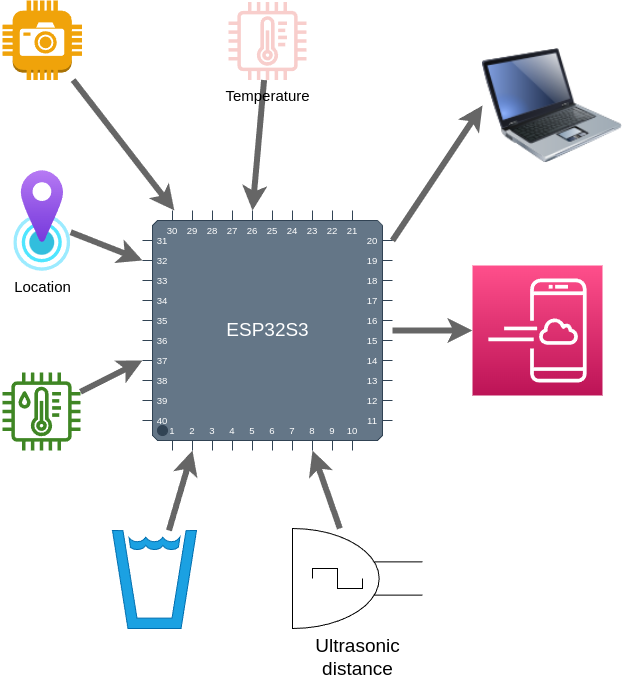
Before: workflow.png, a diagram exported from draw.io (partha235/fish_monitor). Source tidied: cells renumbered, new cells last; positions are measured from the earlier drawing's top-left corner, leaving out a move shared by most shapes. Its diagram source:
```xml
<mxGraphModel>
  <root>
    <mxCell id="0" />
    <mxCell id="1" parent="0" />
    <mxCell id="2" style="edgeStyle=none;html=1;entryX=0;entryY=0.5;entryDx=0;entryDy=0;entryPerimeter=0;strokeWidth=6;fontSize=19;fillColor=#f5f5f5;strokeColor=#666666;" parent="1" edge="1" source="4" target="16">
      <mxGeometry relative="1" as="geometry" />
    </mxCell>
    <mxCell id="3" style="edgeStyle=none;html=1;exitX=1;exitY=0;exitDx=0;exitDy=30;exitPerimeter=0;entryX=0;entryY=0.5;entryDx=0;entryDy=0;strokeWidth=6;fontSize=19;fillColor=#f5f5f5;strokeColor=#666666;" parent="1" edge="1" source="4" target="20">
      <mxGeometry relative="1" as="geometry" />
    </mxCell>
    <mxCell id="4" value="&lt;font style=&quot;font-size: 19px;&quot;&gt;ESP32S3&lt;/font&gt;" style="shadow=0;dashed=0;align=center;html=1;strokeWidth=1;shape=mxgraph.electrical.logic_gates.qfp_ic;labelNames=a,b,c,d,e,f,g,h,i,j,k,l,m,n,o,p,q,r,s,t,u,v,w,x,y,z,a1,b1,c1,d1,e1,f1,g1,h1,i1,j1,k1,l1,m1,n1;fillColor=#647687;fontColor=#ffffff;strokeColor=#314354;" parent="1" vertex="1">
      <mxGeometry x="140" y="210" width="250" height="240" as="geometry" />
    </mxCell>
    <mxCell id="5" style="edgeStyle=none;html=1;fontSize=19;strokeWidth=6;fillColor=#f5f5f5;strokeColor=#666666;" parent="1" edge="1" source="6" target="4">
      <mxGeometry relative="1" as="geometry" />
    </mxCell>
    <mxCell id="6" value="&lt;font color=&quot;#ffffff&quot;&gt;Camera&lt;/font&gt;" style="outlineConnect=0;dashed=0;verticalLabelPosition=bottom;verticalAlign=top;align=center;html=1;shape=mxgraph.aws3.camera;fillColor=#f0a30a;fontSize=19;fontColor=#000000;strokeColor=#BD7000;" parent="1" vertex="1">
      <mxGeometry width="79.5" height="79.5" as="geometry" />
    </mxCell>
    <mxCell id="7" style="edgeStyle=none;html=1;entryX=0;entryY=0;entryDx=0;entryDy=50;entryPerimeter=0;strokeWidth=6;fontSize=19;fillColor=#f5f5f5;strokeColor=#666666;" parent="1" edge="1" source="8" target="4">
      <mxGeometry relative="1" as="geometry" />
    </mxCell>
    <mxCell id="8" value="&lt;font style=&quot;font-size: 15px;&quot;&gt;Location&lt;/font&gt;" style="html=1;points=[];align=center;image;fontSize=12;image=img/lib/azure2/general/Location.svg;" parent="1" vertex="1">
      <mxGeometry x="11.3" y="170" width="56.9" height="101" as="geometry" />
    </mxCell>
    <mxCell id="9" style="edgeStyle=none;html=1;entryX=0;entryY=0;entryDx=0;entryDy=150;entryPerimeter=0;strokeWidth=6;fontSize=19;fillColor=#f5f5f5;strokeColor=#666666;" parent="1" edge="1" source="10" target="4">
      <mxGeometry relative="1" as="geometry" />
    </mxCell>
    <mxCell id="10" value="&lt;font style=&quot;font-size: 14px;&quot; color=&quot;#ffffff&quot;&gt;Temperature&amp;nbsp;&lt;br&gt;Humidity&amp;nbsp;&lt;/font&gt;" style="sketch=0;outlineConnect=0;fontColor=#232F3E;gradientColor=none;fillColor=#3F8624;strokeColor=none;dashed=0;verticalLabelPosition=bottom;verticalAlign=top;align=center;html=1;fontSize=12;fontStyle=0;shape=mxgraph.aws4.iot_thing_temperature_humidity_sensor;" parent="1" vertex="1">
      <mxGeometry y="372" width="78" height="78" as="geometry" />
    </mxCell>
    <mxCell id="11" style="group;" parent="1" vertex="1">
      <mxGeometry x="290" y="528" width="130" height="100" as="geometry" />
    </mxCell>
    <mxCell id="12" value="Ultrasonic&lt;br&gt;distance" style="verticalLabelPosition=bottom;shadow=0;dashed=0;align=center;html=1;verticalAlign=top;shape=mxgraph.electrical.electro-mechanical.buzzer;fontSize=19;" parent="11" vertex="1">
      <mxGeometry width="130" height="100" as="geometry" />
    </mxCell>
    <mxCell id="13" style="verticalLabelPosition=bottom;shadow=0;dashed=0;align=center;html=1;verticalAlign=top;shape=mxgraph.electrical.waveforms.square_wave;fontSize=19;" parent="11" vertex="1">
      <mxGeometry x="20" y="40" width="50" height="20" as="geometry" />
    </mxCell>
    <mxCell id="14" style="edgeStyle=none;html=1;entryX=0;entryY=1;entryDx=50;entryDy=0;entryPerimeter=0;strokeWidth=6;fontSize=19;fillColor=#f5f5f5;strokeColor=#666666;" parent="1" edge="1" source="15" target="4">
      <mxGeometry relative="1" as="geometry" />
    </mxCell>
    <mxCell id="15" value="Water &lt;br&gt;Quality" style="shape=mxgraph.signs.food.drinking_water_1;html=1;fillColor=#1ba1e2;strokeColor=#006EAF;verticalLabelPosition=bottom;verticalAlign=top;align=center;fontSize=19;fontColor=#ffffff;" parent="1" vertex="1">
      <mxGeometry x="110" y="530" width="84" height="98" as="geometry" />
    </mxCell>
    <mxCell id="16" value="&lt;font color=&quot;#ffffff&quot; style=&quot;font-size: 17px;&quot;&gt;Mobile&amp;nbsp;&lt;br&gt;Cloud Web&lt;/font&gt;" style="sketch=0;points=[[0,0,0],[0.25,0,0],[0.5,0,0],[0.75,0,0],[1,0,0],[0,1,0],[0.25,1,0],[0.5,1,0],[0.75,1,0],[1,1,0],[0,0.25,0],[0,0.5,0],[0,0.75,0],[1,0.25,0],[1,0.5,0],[1,0.75,0]];outlineConnect=0;fontColor=#232F3E;gradientColor=#FF4F8B;gradientDirection=north;fillColor=#BC1356;strokeColor=#ffffff;dashed=0;verticalLabelPosition=bottom;verticalAlign=top;align=center;html=1;fontSize=12;fontStyle=0;shape=mxgraph.aws4.resourceIcon;resIcon=mxgraph.aws4.mobile_application;" parent="1" vertex="1">
      <mxGeometry x="470" y="265" width="130" height="130" as="geometry" />
    </mxCell>
    <mxCell id="17" style="edgeStyle=none;html=1;entryX=0;entryY=1;entryDx=170;entryDy=0;entryPerimeter=0;strokeWidth=6;fontSize=19;fillColor=#f5f5f5;strokeColor=#666666;" parent="1" edge="1" source="12" target="4">
      <mxGeometry relative="1" as="geometry" />
    </mxCell>
    <mxCell id="18" style="edgeStyle=none;html=1;entryX=0;entryY=0;entryDx=110;entryDy=0;entryPerimeter=0;strokeWidth=6;fontSize=19;fillColor=#f5f5f5;strokeColor=#666666;" parent="1" edge="1" source="19" target="4">
      <mxGeometry relative="1" as="geometry" />
    </mxCell>
    <mxCell id="19" value="&lt;font style=&quot;font-size: 15px;&quot;&gt;Temperature&lt;/font&gt;" style="outlineConnect=0;fillColor=#f8cecc;strokeColor=#4e2927;dashed=0;verticalLabelPosition=bottom;verticalAlign=top;align=center;html=1;fontSize=12;fontStyle=0;shape=mxgraph.aws4.iot_thing_temperature_sensor;fillStyle=auto;shadow=0;" parent="1" vertex="1">
      <mxGeometry x="226" y="1.5" width="78" height="78" as="geometry" />
    </mxCell>
    <mxCell id="20" style="image;html=1;image=img/lib/clip_art/computers/Laptop_128x128.png;shadow=0;sketch=0;fillStyle=auto;strokeColor=#4e2927;fontSize=19;" parent="1" vertex="1">
      <mxGeometry x="480" y="20" width="140" height="170" as="geometry" />
    </mxCell>
  </root>
</mxGraphModel>
```
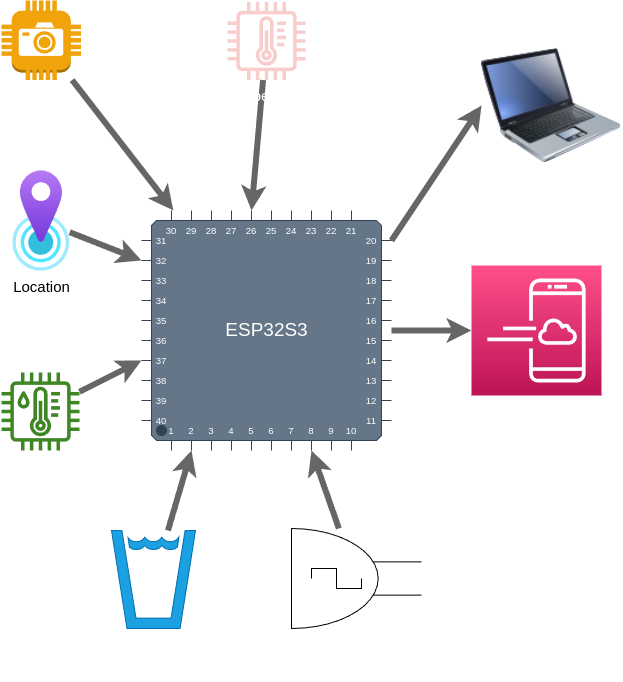
Later version of the same file.

Change to the diagram source:
```diff
@@ -32,7 +32,7 @@
     <mxCell id="11" style="group;" parent="1" vertex="1">
       <mxGeometry x="290" y="528" width="130" height="100" as="geometry" />
     </mxCell>
-    <mxCell id="12" value="Ultrasonic&lt;br&gt;distance" style="verticalLabelPosition=bottom;shadow=0;dashed=0;align=center;html=1;verticalAlign=top;shape=mxgraph.electrical.electro-mechanical.buzzer;fontSize=19;" parent="11" vertex="1">
+    <mxCell id="12" value="&lt;font color=&quot;#ffffff&quot;&gt;Ultrasonic&lt;br&gt;distance&lt;/font&gt;" style="verticalLabelPosition=bottom;shadow=0;dashed=0;align=center;html=1;verticalAlign=top;shape=mxgraph.electrical.electro-mechanical.buzzer;fontSize=19;" parent="11" vertex="1">
       <mxGeometry width="130" height="100" as="geometry" />
     </mxCell>
     <mxCell id="13" style="verticalLabelPosition=bottom;shadow=0;dashed=0;align=center;html=1;verticalAlign=top;shape=mxgraph.electrical.waveforms.square_wave;fontSize=19;" parent="11" vertex="1">
@@ -53,7 +53,7 @@
     <mxCell id="18" style="edgeStyle=none;html=1;entryX=0;entryY=0;entryDx=110;entryDy=0;entryPerimeter=0;strokeWidth=6;fontSize=19;fillColor=#f5f5f5;strokeColor=#666666;" parent="1" edge="1" source="19" target="4">
       <mxGeometry relative="1" as="geometry" />
     </mxCell>
-    <mxCell id="19" value="&lt;font style=&quot;font-size: 15px;&quot;&gt;Temperature&lt;/font&gt;" style="outlineConnect=0;fillColor=#f8cecc;strokeColor=#4e2927;dashed=0;verticalLabelPosition=bottom;verticalAlign=top;align=center;html=1;fontSize=12;fontStyle=0;shape=mxgraph.aws4.iot_thing_temperature_sensor;fillStyle=auto;shadow=0;" parent="1" vertex="1">
+    <mxCell id="19" value="&lt;font color=&quot;#ffffff&quot; style=&quot;font-size: 15px;&quot;&gt;Temperature&lt;/font&gt;" style="outlineConnect=0;fillColor=#f8cecc;strokeColor=#4e2927;dashed=0;verticalLabelPosition=bottom;verticalAlign=top;align=center;html=1;fontSize=12;fontStyle=0;shape=mxgraph.aws4.iot_thing_temperature_sensor;fillStyle=auto;shadow=0;" parent="1" vertex="1">
       <mxGeometry x="226" y="1.5" width="78" height="78" as="geometry" />
     </mxCell>
     <mxCell id="20" style="image;html=1;image=img/lib/clip_art/computers/Laptop_128x128.png;shadow=0;sketch=0;fillStyle=auto;strokeColor=#4e2927;fontSize=19;" parent="1" vertex="1">
```
